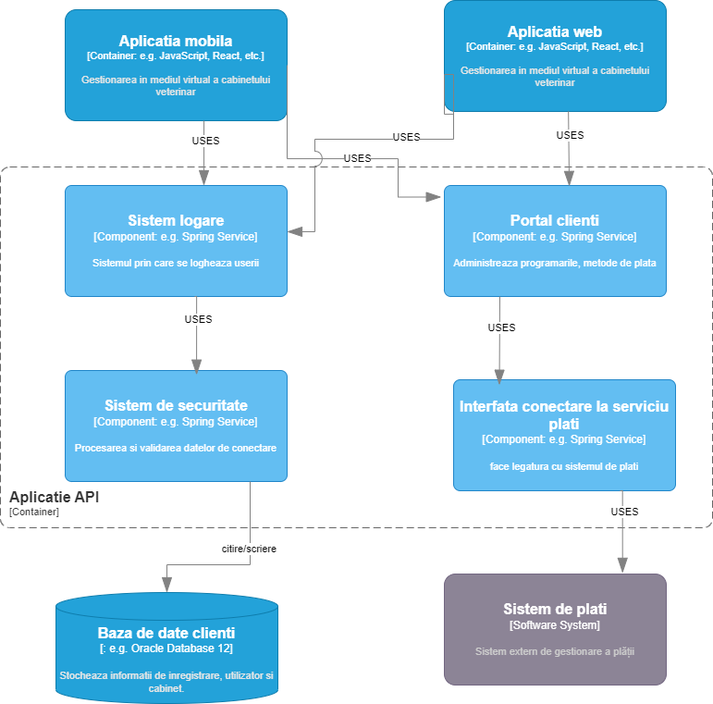
Before: Component_Level/Level3-Component.png, a diagram exported from draw.io (MateiTiplea/Lab4_IP). Source tidied: cells renumbered, new cells last; positions are measured from the earlier drawing's top-left corner, leaving out a move shared by most shapes.
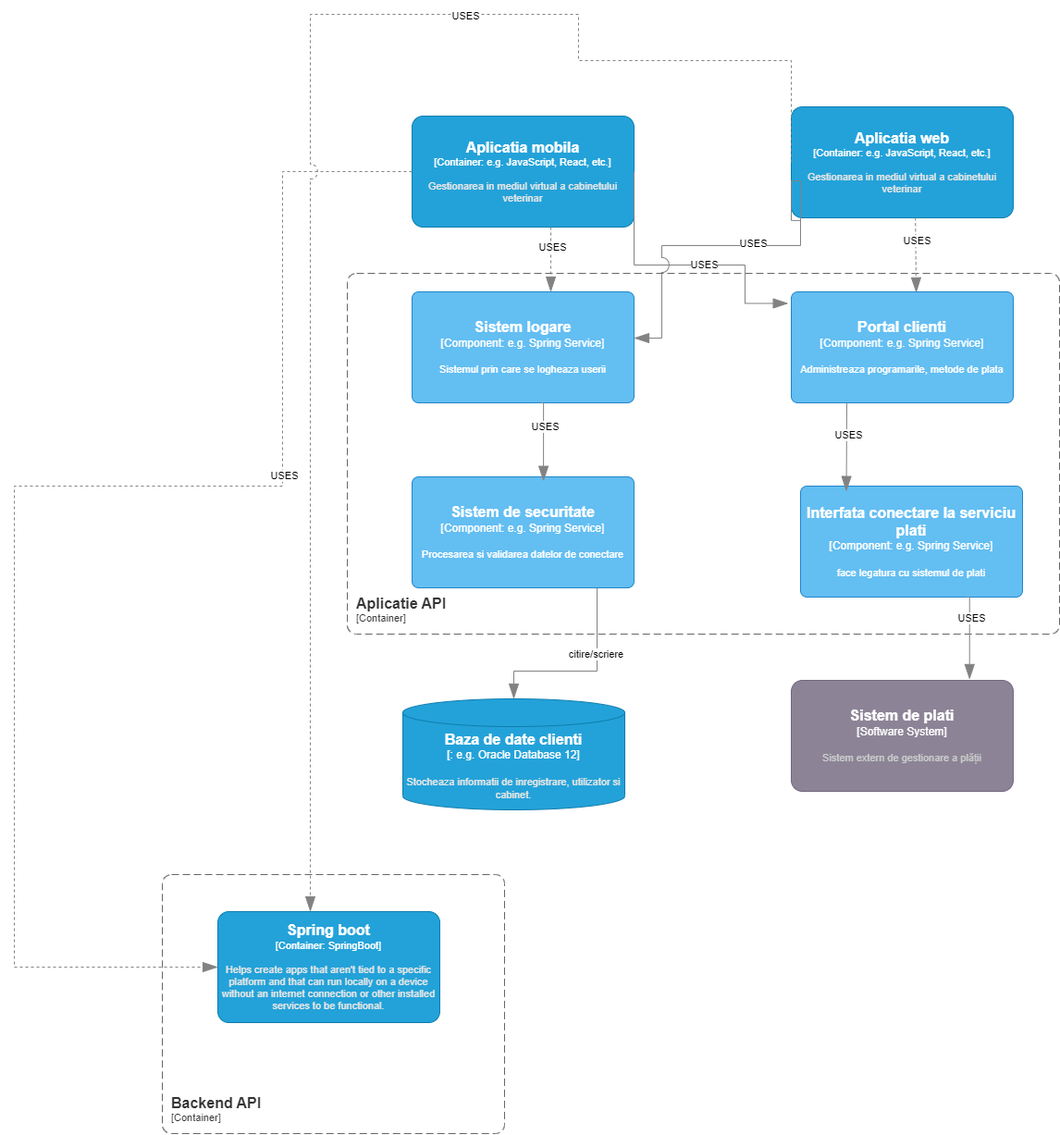
The same file after the commit.

Commit message:
Modified level 3 diagram

What changed in the source:
```diff
@@ -103,7 +103,7 @@
       <mxGeometry x="-0.44" y="2" relative="1" as="geometry" />
     </mxCell>
     <object id="19" label="" c4Type="Relationship" placeholders="1">
-      <mxCell style="endArrow=blockThin;html=1;fontSize=10;fontColor=#404040;strokeWidth=1;endFill=1;strokeColor=#828282;elbow=vertical;endSize=14;startSize=14;jumpStyle=arc;jumpSize=16;rounded=0;edgeStyle=orthogonalEdgeStyle;" parent="1" edge="1">
+      <mxCell style="endArrow=blockThin;html=1;fontSize=10;fontColor=#404040;strokeWidth=1;endFill=1;strokeColor=#828282;elbow=vertical;endSize=14;startSize=14;jumpStyle=arc;jumpSize=16;rounded=0;edgeStyle=orthogonalEdgeStyle;dashed=1;" parent="1" edge="1">
         <mxGeometry relative="1" as="geometry">
           <mxPoint x="220.1" y="130" as="sourcePoint" />
           <mxPoint x="220" y="200" as="targetPoint" />
@@ -118,7 +118,7 @@
       <mxGeometry x="-0.38" y="1" relative="1" as="geometry" />
     </mxCell>
     <object id="21" label="" c4Type="Relationship" placeholders="1">
-      <mxCell style="endArrow=blockThin;html=1;fontSize=10;fontColor=#404040;strokeWidth=1;endFill=1;strokeColor=#828282;elbow=vertical;endSize=14;startSize=14;jumpStyle=arc;jumpSize=16;rounded=0;edgeStyle=orthogonalEdgeStyle;exitX=0.559;exitY=0.998;exitDx=0;exitDy=0;exitPerimeter=0;entryX=0.563;entryY=0.007;entryDx=0;entryDy=0;entryPerimeter=0;" parent="1" edge="1" source="4" target="7">
+      <mxCell style="endArrow=blockThin;html=1;fontSize=10;fontColor=#404040;strokeWidth=1;endFill=1;strokeColor=#828282;elbow=vertical;endSize=14;startSize=14;jumpStyle=arc;jumpSize=16;rounded=0;edgeStyle=orthogonalEdgeStyle;exitX=0.559;exitY=0.998;exitDx=0;exitDy=0;exitPerimeter=0;entryX=0.563;entryY=0.007;entryDx=0;entryDy=0;entryPerimeter=0;dashed=1;" parent="1" edge="1" source="4" target="7">
         <mxGeometry relative="1" as="geometry">
           <Array as="points">
             <mxPoint x="614" y="140" />
@@ -163,5 +163,45 @@
     <mxCell id="26" value="USES" style="edgeLabel;html=1;align=center;verticalAlign=middle;" parent="25" vertex="1">
       <mxGeometry x="-0.11" y="-3" relative="1" as="geometry" />
     </mxCell>
+    <object id="27" label="&lt;font style=&quot;font-size: 16px&quot;&gt;&lt;b&gt;&lt;div style=&quot;text-align: left&quot;&gt;%c4Name%&lt;/div&gt;&lt;/b&gt;&lt;/font&gt;&lt;div style=&quot;text-align: left&quot;&gt;[%c4Application%]&lt;/div&gt;" c4Application="Container" c4Name="Backend API" placeholders="1">
+      <mxCell style="rounded=1;fontSize=11;whiteSpace=wrap;html=1;dashed=1;arcSize=20;fillColor=none;strokeColor=#666666;fontColor=#333333;labelBackgroundColor=none;align=left;verticalAlign=bottom;labelBorderColor=none;spacingTop=0;spacing=10;dashPattern=8 4;perimeter=rectanglePerimeter;noLabel=0;labelPadding=0;absoluteArcSize=1;" parent="1" vertex="1">
+        <mxGeometry x="-200" y="830" width="370" height="280" as="geometry" />
+      </mxCell>
+    </object>
+    <object id="28" label="&lt;font style=&quot;font-size: 16px&quot;&gt;&lt;b&gt;%c4Name%&lt;/b&gt;&lt;/font&gt;&lt;div&gt;[%c4Type%: %c4Technology%]&lt;/div&gt;&lt;br&gt;&lt;div&gt;&lt;font style=&quot;font-size: 11px&quot;&gt;&lt;font color=&quot;#E6E6E6&quot;&gt;%c4Description%&lt;/font&gt;&lt;/div&gt;" c4Description="Helps create apps that aren't tied to a specific platform and that can run locally on a device without an internet connection or other installed services to be functional." c4Name="Spring boot" c4Technology="SpringBoot" c4Type="Container" placeholders="1">
+      <mxCell style="rounded=1;whiteSpace=wrap;html=1;fontSize=11;labelBackgroundColor=none;fillColor=#23A2D9;fontColor=#ffffff;align=center;arcSize=10;strokeColor=#0E7DAD;points=[[0.25,0,0],[0.5,0,0],[0.75,0,0],[1,0.25,0],[1,0.5,0],[1,0.75,0],[0.75,1,0],[0.5,1,0],[0.25,1,0],[0,0.75,0],[0,0.5,0],[0,0.25,0]];" parent="1" vertex="1">
+        <mxGeometry x="-140" y="870" width="240" height="120" as="geometry" />
+      </mxCell>
+    </object>
+    <object id="29" label="" c4Type="Relationship" placeholders="1">
+      <mxCell style="endArrow=blockThin;html=1;fontSize=10;fontColor=#404040;strokeWidth=1;endFill=1;strokeColor=#828282;elbow=vertical;endSize=14;startSize=14;jumpStyle=arc;jumpSize=16;rounded=0;edgeStyle=orthogonalEdgeStyle;dashed=1;exitX=0;exitY=0.5;exitDx=0;exitDy=0;exitPerimeter=0;entryX=0;entryY=0.5;entryDx=0;entryDy=0;entryPerimeter=0;" parent="1" edge="1" source="6" target="28">
+        <mxGeometry relative="1" as="geometry">
+          <Array as="points">
+            <mxPoint x="-70" y="70" />
+            <mxPoint x="-70" y="410" />
+            <mxPoint x="-360" y="410" />
+            <mxPoint x="-360" y="930" />
+          </Array>
+        </mxGeometry>
+      </mxCell>
+    </object>
+    <mxCell id="30" value="USES" style="edgeLabel;html=1;align=center;verticalAlign=middle;" parent="29" vertex="1">
+      <mxGeometry x="-0.38" y="1" relative="1" as="geometry" />
+    </mxCell>
+    <object id="31" label="" c4Type="Relationship" placeholders="1">
+      <mxCell style="endArrow=blockThin;html=1;fontSize=10;fontColor=#404040;strokeWidth=1;endFill=1;strokeColor=#828282;elbow=vertical;endSize=14;startSize=14;jumpStyle=arc;jumpSize=16;rounded=0;edgeStyle=orthogonalEdgeStyle;dashed=1;exitX=0;exitY=0.5;exitDx=0;exitDy=0;exitPerimeter=0;" parent="1" edge="1" source="4">
+        <mxGeometry relative="1" as="geometry">
+          <mxPoint x="-40" y="870" as="targetPoint" />
+          <Array as="points">
+            <mxPoint x="480" y="-50" />
+            <mxPoint x="250" y="-50" />
+            <mxPoint x="250" y="-100" />
+          </Array>
+        </mxGeometry>
+      </mxCell>
+    </object>
+    <mxCell id="32" value="USES" style="edgeLabel;html=1;align=center;verticalAlign=middle;" parent="31" vertex="1">
+      <mxGeometry x="-0.38" y="1" relative="1" as="geometry" />
+    </mxCell>
   </root>
 </mxGraphModel>
```
